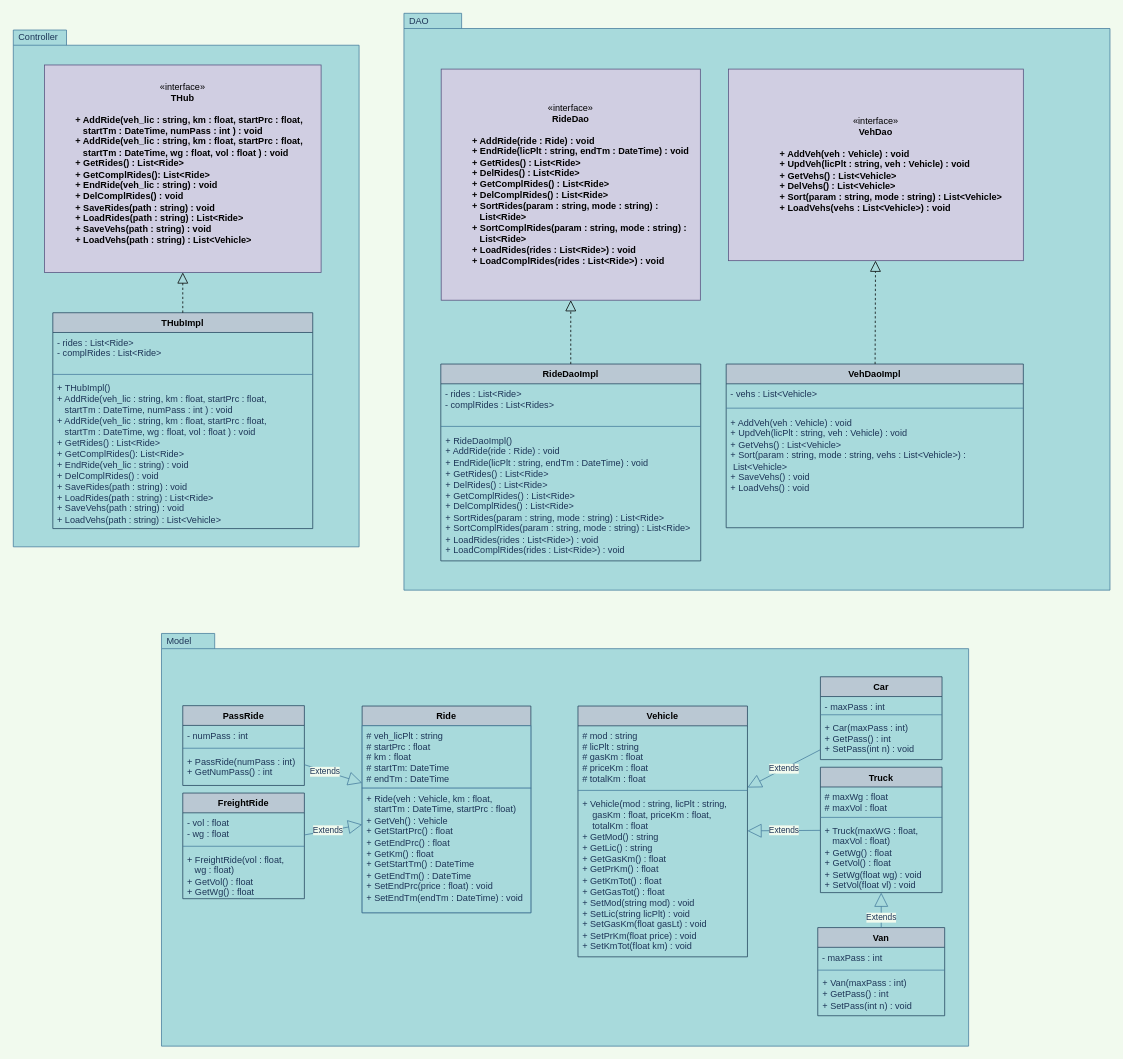
fede-palazz/T_HUB keeps this draw.io diagram as UML_Diagram.drawio. Above is the earlier version. Source tidied: cells renumbered, new cells numbered last; positions are measured from the earlier drawing's top-left corner, leaving out a move shared by most shapes. Both pictures are drawn from the tidied source at 76%, with x=0, y=0 at pixel (13, 13).
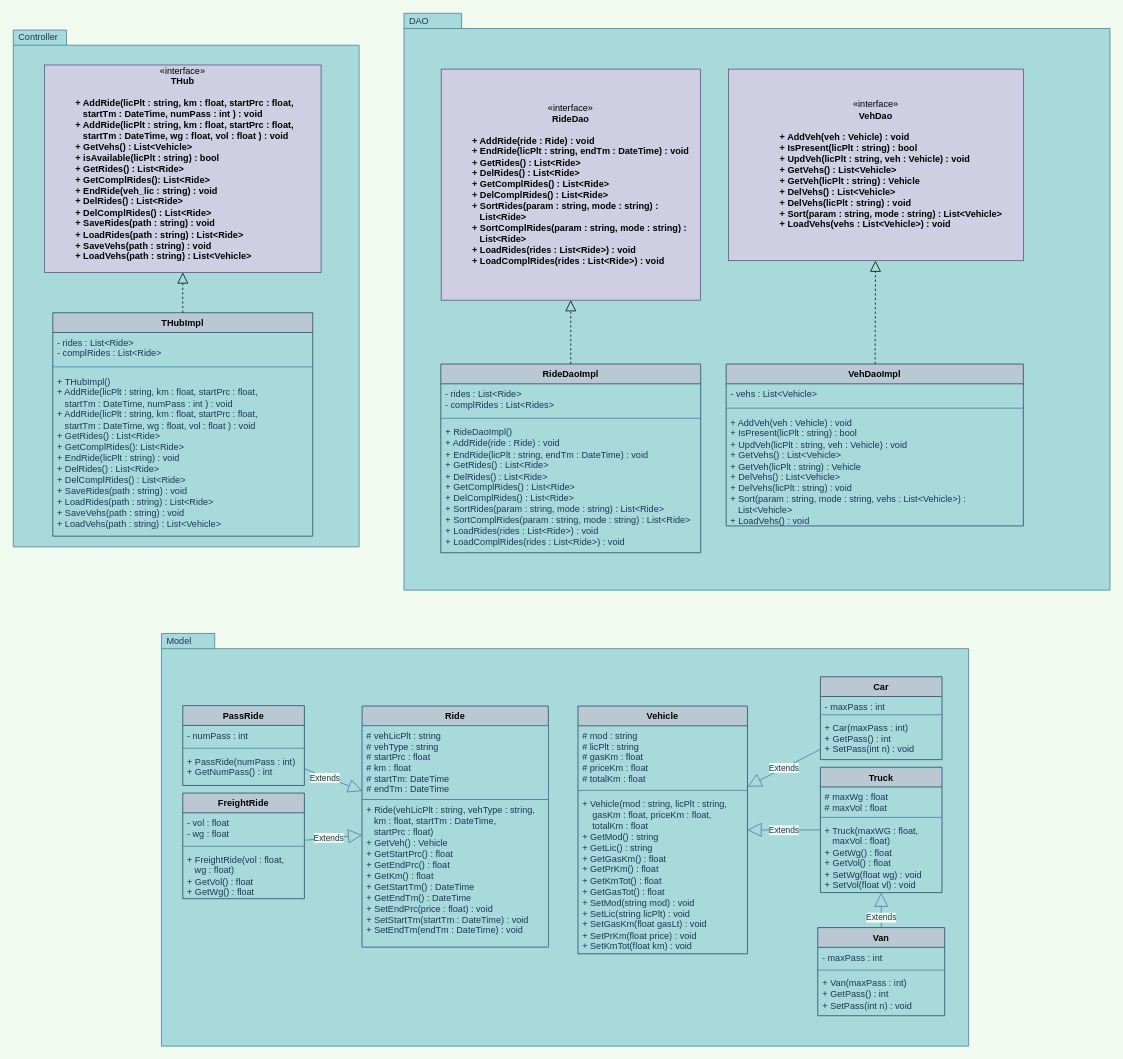
Above is the later version.

The change refers to these unchanged cells:
```xml
<mxCell id="2" style="group;" parent="1" vertex="1">
  <mxGeometry x="514" width="929" height="759" as="geometry" />
</mxCell>
<mxCell id="16" style="group;" parent="1" vertex="1">
  <mxGeometry x="195" y="816" width="1062" height="543" as="geometry" />
</mxCell>
<mxCell id="51" style="group;" parent="1" vertex="1">
  <mxGeometry y="22" width="455" height="680" as="geometry" />
</mxCell>
```

Change to the diagram source:
```diff
@@
-    <mxCell id="5" value="«interface»&lt;br&gt;&lt;b&gt;VehDao&lt;br&gt;&lt;br&gt;&lt;/b&gt;&lt;blockquote style=&quot;margin: 0 0 0 40px ; border: none ; padding: 0px&quot;&gt;&lt;b&gt;&lt;div style=&quot;text-align: left&quot;&gt;&lt;b&gt;+ AddVeh(veh : Vehicle) : void&lt;/b&gt;&lt;/div&gt;&lt;/b&gt;&lt;b&gt;&lt;div style=&quot;text-align: left&quot;&gt;&lt;b&gt;+ UpdVeh(licPlt : string, veh : Vehicle) : void&lt;/b&gt;&lt;/div&gt;&lt;/b&gt;&lt;b&gt;&lt;div style=&quot;text-align: left&quot;&gt;&lt;b&gt;+ GetVehs() : List&amp;lt;Vehicle&amp;gt;&lt;/b&gt;&lt;/div&gt;&lt;div style=&quot;text-align: left&quot;&gt;&lt;b&gt;+ DelVehs() : List&amp;lt;Vehicle&amp;gt;&lt;/b&gt;&lt;/div&gt;&lt;/b&gt;&lt;b&gt;&lt;div style=&quot;text-align: left&quot;&gt;&lt;b&gt;+ Sort(param : string, mode : string) : List&amp;lt;Vehicle&amp;gt;&lt;/b&gt;&lt;/div&gt;&lt;div style=&quot;text-align: left&quot;&gt;&lt;b&gt;+ LoadVehs(vehs : List&amp;lt;Vehicle&amp;gt;) : void&lt;/b&gt;&lt;/div&gt;&lt;/b&gt;&lt;/blockquote&gt;" style="html=1;fillColor=#d0cee2;strokeColor=#56517e;whiteSpace=wrap;" parent="2" vertex="1">
+    <mxCell id="5" value="«interface»&lt;br&gt;&lt;b&gt;VehDao&lt;br&gt;&lt;br&gt;&lt;/b&gt;&lt;blockquote style=&quot;margin: 0 0 0 40px ; border: none ; padding: 0px&quot;&gt;&lt;b&gt;&lt;div style=&quot;text-align: left&quot;&gt;&lt;b&gt;+ AddVeh(veh : Vehicle) : void&lt;/b&gt;&lt;/div&gt;&lt;div style=&quot;text-align: left&quot;&gt;&lt;b&gt;+ IsPresent(licPlt : string) : bool&lt;/b&gt;&lt;/div&gt;&lt;/b&gt;&lt;b&gt;&lt;div style=&quot;text-align: left&quot;&gt;&lt;b&gt;+ UpdVeh(licPlt : string, veh : Vehicle) : void&lt;/b&gt;&lt;/div&gt;&lt;/b&gt;&lt;b&gt;&lt;div style=&quot;text-align: left&quot;&gt;&lt;b&gt;+ GetVehs() : List&amp;lt;Vehicle&amp;gt;&lt;/b&gt;&lt;/div&gt;&lt;div style=&quot;text-align: left&quot;&gt;&lt;b&gt;+ GetVeh(licPlt : string) : Vehicle&lt;/b&gt;&lt;/div&gt;&lt;div style=&quot;text-align: left&quot;&gt;&lt;b&gt;+ DelVehs() : List&amp;lt;Vehicle&amp;gt;&lt;/b&gt;&lt;/div&gt;&lt;div style=&quot;text-align: left&quot;&gt;&lt;b&gt;+ DelVehs(licPlt : string) : void&lt;/b&gt;&lt;/div&gt;&lt;/b&gt;&lt;b&gt;&lt;div style=&quot;text-align: left&quot;&gt;&lt;b&gt;+ Sort(param : string, mode : string) : List&amp;lt;Vehicle&amp;gt;&lt;/b&gt;&lt;/div&gt;&lt;div style=&quot;text-align: left&quot;&gt;&lt;b&gt;+ LoadVehs(vehs : List&amp;lt;Vehicle&amp;gt;) : void&lt;/b&gt;&lt;/div&gt;&lt;/b&gt;&lt;/blockquote&gt;" style="html=1;fillColor=#d0cee2;strokeColor=#56517e;whiteSpace=wrap;" parent="2" vertex="1">
       <mxGeometry x="427" y="73.4" width="388" height="252.1" as="geometry" />
     </mxCell>
     <mxCell id="6" value="RideDaoImpl" style="swimlane;fontStyle=1;align=center;verticalAlign=top;horizontal=1;startSize=26;fillColor=#bac8d3;strokeColor=#23445d;" parent="2" vertex="1">
-      <mxGeometry x="48.5" y="461.5" width="342" height="259" as="geometry" />
+      <mxGeometry x="48.5" y="461.5" width="342" height="248.3" as="geometry" />
     </mxCell>
     <mxCell id="7" value="- rides : List&lt;Ride&gt;&#10;- complRides : List&lt;Rides&gt;" style="text;strokeColor=none;fillColor=none;align=left;verticalAlign=top;spacingLeft=4;spacingRight=4;overflow=hidden;fontColor=#1D3557;" parent="6" vertex="1">
-      <mxGeometry y="26" width="342" height="50.7" as="geometry" />
+      <mxGeometry y="26" width="342" height="40" as="geometry" />
     </mxCell>
     <mxCell id="8" style="line;strokeWidth=1;fillColor=none;align=left;verticalAlign=middle;spacingTop=-1;spacingLeft=3;spacingRight=3;labelPosition=right;labelBackgroundColor=#F1FAEE;strokeColor=#457B9D;fontColor=#1D3557;" parent="6" vertex="1">
-      <mxGeometry y="76.7" width="342" height="10.7" as="geometry" />
+      <mxGeometry y="66" width="342" height="10.7" as="geometry" />
     </mxCell>
     <mxCell id="9" value="+ RideDaoImpl()&#10;+ AddRide(ride : Ride) : void&#10;+ EndRide(licPlt : string, endTm : DateTime) : void&#10;+ GetRides() : List&lt;Ride&gt;&#10;+ DelRides() : List&lt;Ride&gt;&#10;+ GetComplRides() : List&lt;Ride&gt;&#10;+ DelComplRides() : List&lt;Ride&gt;&#10;+ SortRides(param : string, mode : string) : List&lt;Ride&gt;&#10;+ SortComplRides(param : string, mode : string) : List&lt;Ride&gt;&#10;+ LoadRides(rides : List&lt;Ride&gt;) : void&#10;+ LoadComplRides(rides : List&lt;Ride&gt;) : void" style="text;strokeColor=none;fillColor=none;align=left;verticalAlign=top;spacingLeft=4;spacingRight=4;overflow=hidden;fontColor=#1D3557;whiteSpace=wrap;" parent="6" vertex="1">
-      <mxGeometry y="87.4" width="342" height="171.6" as="geometry" />
+      <mxGeometry y="76.7" width="342" height="171.6" as="geometry" />
     </mxCell>
     <mxCell id="10" value="VehDaoImpl" style="swimlane;fontStyle=1;align=center;verticalAlign=top;horizontal=1;startSize=26;fillColor=#bac8d3;strokeColor=#23445d;" parent="2" vertex="1">
-      <mxGeometry x="424" y="461.5" width="391" height="215.4" as="geometry" />
+      <mxGeometry x="424" y="461.5" width="391" height="213" as="geometry" />
     </mxCell>
@@
-    <mxCell id="13" value="+ AddVeh(veh : Vehicle) : void&#10;+ UpdVeh(licPlt : string, veh : Vehicle) : void&#10;+ GetVehs() : List&lt;Vehicle&gt;&#10;+ Sort(param : string, mode : string, vehs : List&lt;Vehicle&gt;) :             List&lt;Vehicle&gt;&#10;+ SaveVehs() : void&#10;+ LoadVehs() : void " style="text;strokeColor=none;fillColor=none;align=left;verticalAlign=top;spacingLeft=4;spacingRight=4;overflow=hidden;fontColor=#1D3557;whiteSpace=wrap;" parent="10" vertex="1">
-      <mxGeometry y="63.3" width="391" height="152.1" as="geometry" />
+    <mxCell id="13" value="+ AddVeh(veh : Vehicle) : void&lt;br&gt;+ IsPresent(licPlt : string) : bool&lt;br&gt;+ UpdVeh(licPlt : string, veh : Vehicle) : void&lt;br&gt;+ GetVehs() : List&amp;lt;Vehicle&amp;gt;&lt;br&gt;+ GetVeh(licPlt : string) : Vehicle&lt;br&gt;+ DelVehs() : List&amp;lt;Vehicle&amp;gt;&lt;br&gt;+ DelVehs(licPlt : string) : void&lt;br&gt;+ Sort(param : string, mode : string, vehs : List&amp;lt;Vehicle&amp;gt;) :&amp;nbsp; &amp;nbsp; &amp;nbsp; &amp;nbsp; &amp;nbsp; &amp;nbsp; &amp;nbsp; &amp;nbsp; &amp;nbsp; &amp;nbsp; &amp;nbsp; &amp;nbsp; &amp;nbsp;List&amp;lt;Vehicle&amp;gt;&lt;br&gt;+ LoadVehs() : void&amp;nbsp;" style="text;strokeColor=none;fillColor=none;align=left;verticalAlign=top;spacingLeft=4;spacingRight=4;overflow=hidden;fontColor=#1D3557;whiteSpace=wrap;html=1;" parent="10" vertex="1">
+      <mxGeometry y="63.3" width="391" height="149.7" as="geometry" />
     </mxCell>
@@
     <mxCell id="28" value="Ride" style="swimlane;fontStyle=1;align=center;verticalAlign=top;horizontal=1;startSize=26;fillColor=#bac8d3;strokeColor=#23445d;" parent="16" vertex="1">
-      <mxGeometry x="264" y="95.5" width="222" height="272" as="geometry" />
+      <mxGeometry x="264" y="95.5" width="245" height="317" as="geometry" />
     </mxCell>
-    <mxCell id="29" value="# veh_licPlt : string&#10;# startPrc : float&#10;# km : float&#10;# startTm: DateTime&#10;# endTm : DateTime" style="text;align=left;verticalAlign=top;spacingLeft=4;spacingRight=4;overflow=hidden;fillColor=#A8DADC;strokeColor=#457B9D;fontColor=#1D3557;" parent="28" vertex="1">
-      <mxGeometry y="26" width="222" height="82" as="geometry" />
+    <mxCell id="29" value="# vehLicPlt : string&#10;# vehType : string&#10;# startPrc : float&#10;# km : float&#10;# startTm: DateTime&#10;# endTm : DateTime" style="text;align=left;verticalAlign=top;spacingLeft=4;spacingRight=4;overflow=hidden;fillColor=#A8DADC;strokeColor=#457B9D;fontColor=#1D3557;" parent="28" vertex="1">
+      <mxGeometry y="26" width="245" height="97" as="geometry" />
     </mxCell>
     <mxCell id="30" style="line;strokeWidth=1;fillColor=none;align=left;verticalAlign=middle;spacingTop=-1;spacingLeft=3;spacingRight=3;labelPosition=right;labelBackgroundColor=#F1FAEE;strokeColor=#457B9D;fontColor=#1D3557;" parent="28" vertex="1">
-      <mxGeometry y="108" width="222" as="geometry" />
+      <mxGeometry y="123" width="245" as="geometry" />
     </mxCell>
-    <mxCell id="31" value="+ Ride(veh : Vehicle, km : float,                 startTm : DateTime, startPrc : float)&#10;+ GetVeh() : Vehicle&#10;+ GetStartPrc() : float&#10;+ GetEndPrc() : float&#10;+ GetKm() : float&#10;+ GetStartTm() : DateTime&#10;+ GetEndTm() : DateTime&#10;+ SetEndPrc(price : float) : void&#10;+ SetEndTm(endTm : DateTime) : void" style="text;strokeColor=#457B9D;fillColor=#A8DADC;align=left;verticalAlign=top;spacingLeft=4;spacingRight=4;overflow=hidden;whiteSpace=wrap;fontColor=#1D3557;" parent="28" vertex="1">
-      <mxGeometry y="108" width="222" height="164" as="geometry" />
+    <mxCell id="31" value="+ Ride(vehLicPlt : string, vehType : string,       km : float, startTm : DateTime, &#10;   startPrc : float)&#10;+ GetVeh() : Vehicle&#10;+ GetStartPrc() : float&#10;+ GetEndPrc() : float&#10;+ GetKm() : float&#10;+ GetStartTm() : DateTime&#10;+ GetEndTm() : DateTime&#10;+ SetEndPrc(price : float) : void&#10;+ SetStartTm(startTm : DateTime) : void&#10;+ SetEndTm(endTm : DateTime) : void" style="text;strokeColor=#457B9D;fillColor=#A8DADC;align=left;verticalAlign=top;spacingLeft=4;spacingRight=4;overflow=hidden;whiteSpace=wrap;fontColor=#1D3557;" parent="28" vertex="1">
+      <mxGeometry y="123" width="245" height="194" as="geometry" />
     </mxCell>
     <mxCell id="32" value="Vehicle" style="swimlane;fontStyle=1;align=center;verticalAlign=top;horizontal=1;startSize=26;fillColor=#bac8d3;strokeColor=#23445d;" parent="16" vertex="1">
-      <mxGeometry x="548" y="95.5" width="223" height="330" as="geometry" />
+      <mxGeometry x="548" y="95.5" width="223" height="326" as="geometry" />
     </mxCell>
@@
     <mxCell id="35" value="+ Vehicle(mod : string, licPlt : string,          gasKm : float, priceKm : float,                totalKm : float&#10;+ GetMod() : string&#10;+ GetLic() : string&#10;+ GetGasKm() : float&#10;+ GetPrKm() : float&#10;+ GetKmTot() : float&#10;+ GetGasTot() : float&#10;+ SetMod(string mod) : void&#10;+ SetLic(string licPlt) : void&#10;+ SetGasKm(float gasLt) : void&#10;+ SetPrKm(float price) : void&#10;+ SetKmTot(float km) : void&#10;" style="text;strokeColor=none;fillColor=none;align=left;verticalAlign=top;spacingLeft=4;spacingRight=4;overflow=hidden;whiteSpace=wrap;fontColor=#1D3557;" parent="32" vertex="1">
-      <mxGeometry y="115" width="223" height="215" as="geometry" />
+      <mxGeometry y="115" width="223" height="211" as="geometry" />
     </mxCell>
@@
-    <mxCell id="53" value="«interface»&lt;br&gt;&lt;b&gt;THub&lt;/b&gt;&lt;br&gt;&lt;div&gt;&lt;b&gt;&lt;br&gt;&lt;/b&gt;&lt;/div&gt;&lt;blockquote style=&quot;margin: 0 0 0 40px ; border: none ; padding: 0px&quot;&gt;&lt;b&gt;&lt;div style=&quot;text-align: left&quot;&gt;&lt;b&gt;+ AddRide(veh_lic : string, km : float, startPrc : float,&amp;nbsp; &amp;nbsp; &amp;nbsp; &amp;nbsp; &amp;nbsp;startTm : DateTime, numPass : int ) : void&lt;/b&gt;&lt;/div&gt;&lt;/b&gt;&lt;b&gt;&lt;div style=&quot;text-align: left&quot;&gt;&lt;b&gt;+ AddRide(veh_lic : string, km : float, startPrc : float,&amp;nbsp; &amp;nbsp; &amp;nbsp; &amp;nbsp; &amp;nbsp;startTm : DateTime, wg : float, vol : float ) : void&lt;/b&gt;&lt;/div&gt;&lt;div style=&quot;text-align: left&quot;&gt;&lt;b&gt;+ GetRides() : List&amp;lt;Ride&amp;gt;&lt;/b&gt;&lt;/div&gt;&lt;div style=&quot;text-align: left&quot;&gt;&lt;b&gt;+ GetComplRides(): List&amp;lt;Ride&amp;gt;&lt;/b&gt;&lt;/div&gt;&lt;div style=&quot;text-align: left&quot;&gt;&lt;b&gt;+ EndRide(veh_lic : string) : void&lt;/b&gt;&lt;/div&gt;&lt;div style=&quot;text-align: left&quot;&gt;&lt;b&gt;+ DelComplRides() : void&lt;/b&gt;&lt;/div&gt;&lt;div style=&quot;text-align: left&quot;&gt;&lt;b&gt;+ SaveRides(path : string) : void&lt;/b&gt;&lt;/div&gt;&lt;div style=&quot;text-align: left&quot;&gt;&lt;b&gt;+ LoadRides(path : string) : List&amp;lt;Ride&amp;gt;&lt;/b&gt;&lt;/div&gt;&lt;div style=&quot;text-align: left&quot;&gt;&lt;b&gt;+ SaveVehs(path : string) : void&lt;/b&gt;&lt;/div&gt;&lt;div style=&quot;text-align: left&quot;&gt;&lt;b&gt;+ LoadVehs(path : string) : List&amp;lt;Vehicle&amp;gt;&lt;/b&gt;&lt;/div&gt;&lt;/b&gt;&lt;/blockquote&gt;&lt;b&gt;&lt;div style=&quot;text-align: left&quot;&gt;&lt;br&gt;&lt;/div&gt;&lt;/b&gt;" style="html=1;fillColor=#d0cee2;strokeColor=#56517e;whiteSpace=wrap;align=center;" parent="51" vertex="1">
+    <mxCell id="53" value="«interface»&lt;br&gt;&lt;b&gt;THub&lt;/b&gt;&lt;br&gt;&lt;div&gt;&lt;b&gt;&lt;br&gt;&lt;/b&gt;&lt;/div&gt;&lt;blockquote style=&quot;margin: 0 0 0 40px ; border: none ; padding: 0px&quot;&gt;&lt;b&gt;&lt;div style=&quot;text-align: left&quot;&gt;&lt;b&gt;+ AddRide(licPlt : string, km : float, startPrc : float,&amp;nbsp; &amp;nbsp; &amp;nbsp; &amp;nbsp; &amp;nbsp; &amp;nbsp; &amp;nbsp;startTm : DateTime, numPass : int ) : void&lt;/b&gt;&lt;/div&gt;&lt;/b&gt;&lt;b&gt;&lt;div style=&quot;text-align: left&quot;&gt;&lt;b&gt;+ AddRide(licPlt : string, km : float, startPrc : float,&amp;nbsp; &amp;nbsp; &amp;nbsp; &amp;nbsp; &amp;nbsp; &amp;nbsp; &amp;nbsp;startTm : DateTime, wg : float, vol : float ) : void&lt;/b&gt;&lt;/div&gt;&lt;div style=&quot;text-align: left&quot;&gt;&lt;b&gt;+ GetVehs() : List&amp;lt;Vehicle&amp;gt;&lt;/b&gt;&lt;/div&gt;&lt;div style=&quot;text-align: left&quot;&gt;&lt;b&gt;+ isAvailable(licPlt : string) : bool&lt;/b&gt;&lt;/div&gt;&lt;div style=&quot;text-align: left&quot;&gt;&lt;b&gt;+ GetRides() : List&amp;lt;Ride&amp;gt;&lt;/b&gt;&lt;/div&gt;&lt;div style=&quot;text-align: left&quot;&gt;&lt;b&gt;+ GetComplRides(): List&amp;lt;Ride&amp;gt;&lt;/b&gt;&lt;/div&gt;&lt;div style=&quot;text-align: left&quot;&gt;&lt;b&gt;+ EndRide(veh_lic : string) : void&lt;/b&gt;&lt;/div&gt;&lt;div style=&quot;text-align: left&quot;&gt;&lt;b&gt;+ DelRides() : List&amp;lt;Ride&amp;gt;&lt;/b&gt;&lt;/div&gt;&lt;div style=&quot;text-align: left&quot;&gt;&lt;b&gt;+ DelComplRides() : List&amp;lt;Ride&amp;gt;&lt;/b&gt;&lt;/div&gt;&lt;div style=&quot;text-align: left&quot;&gt;&lt;b&gt;+ SaveRides(path : string) : void&lt;/b&gt;&lt;/div&gt;&lt;div style=&quot;text-align: left&quot;&gt;&lt;b&gt;+ LoadRides(path : string) : List&amp;lt;Ride&amp;gt;&lt;/b&gt;&lt;/div&gt;&lt;div style=&quot;text-align: left&quot;&gt;&lt;b&gt;+ SaveVehs(path : string) : void&lt;/b&gt;&lt;/div&gt;&lt;div style=&quot;text-align: left&quot;&gt;&lt;b&gt;+ LoadVehs(path : string) : List&amp;lt;Vehicle&amp;gt;&lt;/b&gt;&lt;/div&gt;&lt;/b&gt;&lt;/blockquote&gt;&lt;b&gt;&lt;div style=&quot;text-align: left&quot;&gt;&lt;br&gt;&lt;/div&gt;&lt;/b&gt;" style="html=1;fillColor=#d0cee2;strokeColor=#56517e;whiteSpace=wrap;align=center;" parent="51" vertex="1">
       <mxGeometry x="41" y="46" width="364" height="273" as="geometry" />
     </mxCell>
     <mxCell id="54" value="THubImpl" style="swimlane;fontStyle=1;align=center;verticalAlign=top;horizontal=1;startSize=26;fillColor=#bac8d3;strokeColor=#23445d;" parent="51" vertex="1">
-      <mxGeometry x="52" y="372" width="342" height="284" as="geometry" />
+      <mxGeometry x="52" y="372" width="342" height="294" as="geometry" />
     </mxCell>
     <mxCell id="55" value="- rides : List&lt;Ride&gt;&#10;- complRides : List&lt;Ride&gt;" style="text;strokeColor=none;fillColor=none;align=left;verticalAlign=top;spacingLeft=4;spacingRight=4;overflow=hidden;fontColor=#1D3557;" parent="54" vertex="1">
-      <mxGeometry y="26" width="342" height="49.9" as="geometry" />
+      <mxGeometry y="26" width="342" height="40" as="geometry" />
     </mxCell>
     <mxCell id="56" style="line;strokeWidth=1;fillColor=none;align=left;verticalAlign=middle;spacingTop=-1;spacingLeft=3;spacingRight=3;labelPosition=right;labelBackgroundColor=#F1FAEE;strokeColor=#457B9D;fontColor=#1D3557;" parent="54" vertex="1">
-      <mxGeometry y="75.9" width="342" height="10.5" as="geometry" />
+      <mxGeometry y="66" width="342" height="10.5" as="geometry" />
     </mxCell>
-    <mxCell id="57" value="+ THubImpl()&#10;+ AddRide(veh_lic : string, km : float, startPrc : float,                   startTm : DateTime, numPass : int ) : void&#10;+ AddRide(veh_lic : string, km : float, startPrc : float,                   startTm : DateTime, wg : float, vol : float ) : void&#10;+ GetRides() : List&lt;Ride&gt;&#10;+ GetComplRides(): List&lt;Ride&gt;&#10;+ EndRide(veh_lic : string) : void&#10;+ DelComplRides() : void&#10;+ SaveRides(path : string) : void&#10;+ LoadRides(path : string) : List&lt;Ride&gt;&#10;+ SaveVehs(path : string) : void&#10;+ LoadVehs(path : string) : List&lt;Vehicle&gt;" style="text;strokeColor=none;fillColor=none;align=left;verticalAlign=top;spacingLeft=4;spacingRight=4;overflow=hidden;fontColor=#1D3557;whiteSpace=wrap;" parent="54" vertex="1">
-      <mxGeometry y="86.4" width="342" height="197.6" as="geometry" />
+    <mxCell id="57" value="+ THubImpl()&#10;+ AddRide(licPlt : string, km : float, startPrc : float,                       startTm : DateTime, numPass : int ) : void&#10;+ AddRide(licPlt : string, km : float, startPrc : float,                       startTm : DateTime, wg : float, vol : float ) : void&#10;+ GetRides() : List&lt;Ride&gt;&#10;+ GetComplRides(): List&lt;Ride&gt;&#10;+ EndRide(licPlt : string) : void&#10;+ DelRides() : List&lt;Ride&gt;&#10;+ DelComplRides() : List&lt;Ride&gt;&#10;+ SaveRides(path : string) : void&#10;+ LoadRides(path : string) : List&lt;Ride&gt;&#10;+ SaveVehs(path : string) : void&#10;+ LoadVehs(path : string) : List&lt;Vehicle&gt;" style="text;strokeColor=none;fillColor=none;align=left;verticalAlign=top;spacingLeft=4;spacingRight=4;overflow=hidden;fontColor=#1D3557;whiteSpace=wrap;" parent="54" vertex="1">
+      <mxGeometry y="76.5" width="342" height="217.5" as="geometry" />
     </mxCell>
```
